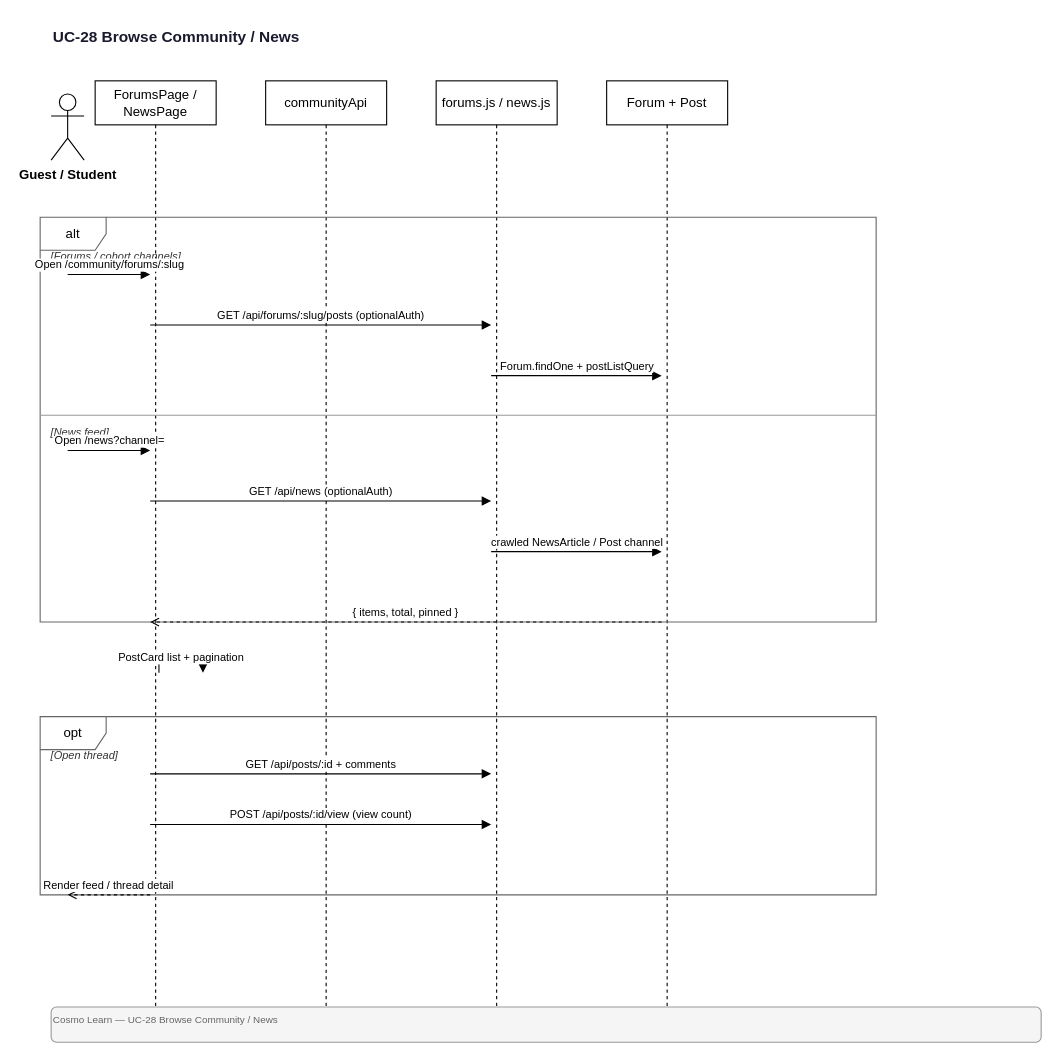
Above: docs/diagrams/sequence/UC-28-Browse-Community.drawio in quangg1/ASTRO_EDU (draw.io), before the change. Source tidied: cells renumbered, new cells numbered last; positions are measured from the earlier drawing's top-left corner, leaving out a move shared by most shapes. Both pictures are drawn from the tidied source at 110%, with x=0, y=0 at pixel (40, 19).
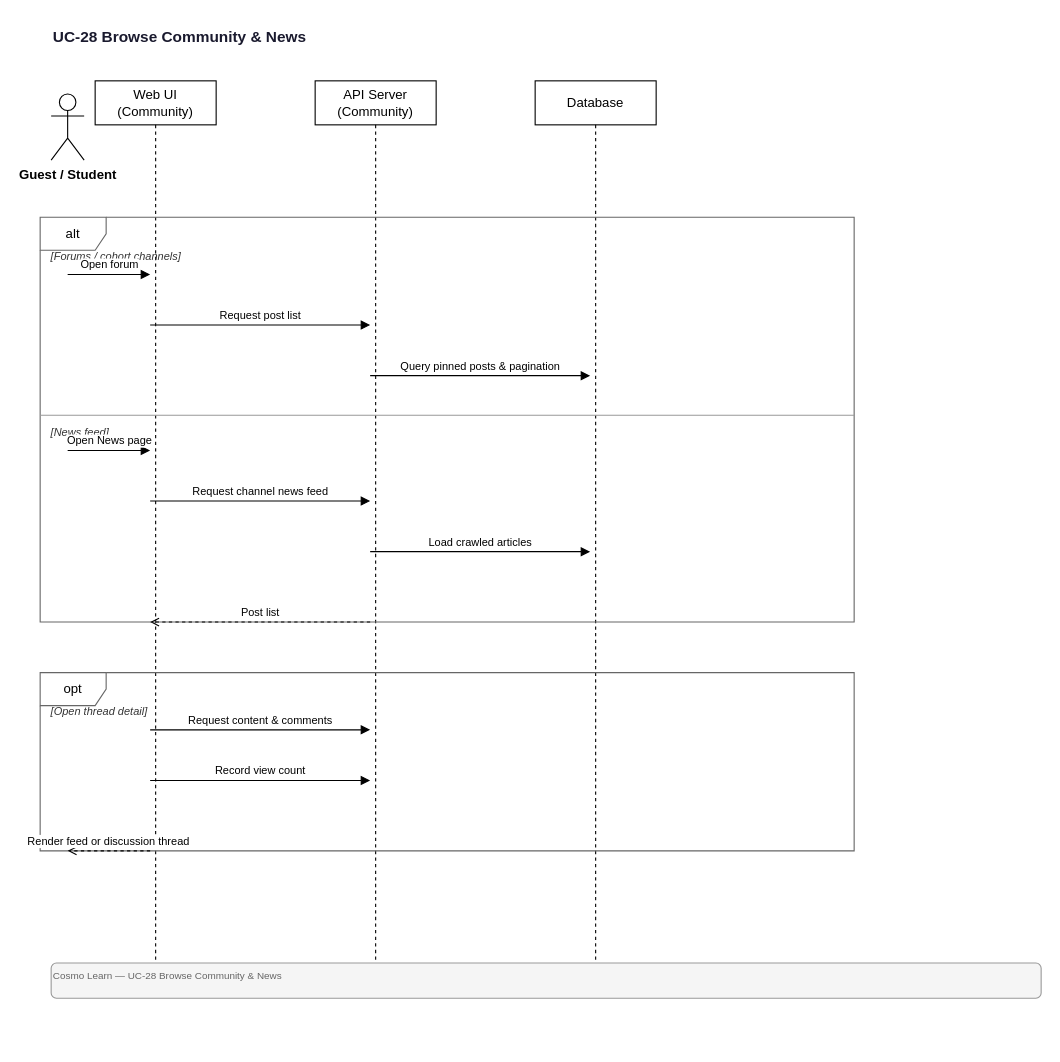
The same page after the edit.

What changed in the source:
```diff
@@
-    <mxCell id="2" value="UC-28 Browse Community / News" style="text;html=1;strokeColor=none;fillColor=none;align=left;verticalAlign=middle;fontSize=14;fontStyle=1;fontColor=#1a1a2e;" parent="1" vertex="1">
+    <mxCell id="2" value="UC-28 Browse Community &amp; News" style="text;html=1;strokeColor=none;fillColor=none;align=left;verticalAlign=middle;fontSize=14;fontStyle=1;fontColor=#1a1a2e;" parent="1" vertex="1">
       <mxGeometry x="10" width="900" height="32" as="geometry" />
     </mxCell>
@@
-    <mxCell id="4" value="ForumsPage / NewsPage" style="shape=umlLifeline;perimeter=lifelinePerimeter;whiteSpace=wrap;html=1;size=40;" parent="1" vertex="1">
-      <mxGeometry x="50" y="56" width="110" height="844" as="geometry" />
-    </mxCell>
-    <mxCell id="5" value="communityApi" style="shape=umlLifeline;perimeter=lifelinePerimeter;whiteSpace=wrap;html=1;size=40;" parent="1" vertex="1">
-      <mxGeometry x="205" y="56" width="110" height="844" as="geometry" />
-    </mxCell>
-    <mxCell id="6" value="forums.js / news.js" style="shape=umlLifeline;perimeter=lifelinePerimeter;whiteSpace=wrap;html=1;size=40;" parent="1" vertex="1">
-      <mxGeometry x="360" y="56" width="110" height="844" as="geometry" />
-    </mxCell>
+    <mxCell id="26" value="Web UI (Community)" style="shape=umlLifeline;perimeter=lifelinePerimeter;whiteSpace=wrap;html=1;size=40;" parent="1" vertex="1">
+      <mxGeometry x="50" y="56" width="110" height="804" as="geometry" />
+    </mxCell>
+    <mxCell id="27" value="API Server (Community)" style="shape=umlLifeline;perimeter=lifelinePerimeter;whiteSpace=wrap;html=1;size=40;" parent="1" vertex="1">
+      <mxGeometry x="250" y="56" width="110" height="804" as="geometry" />
+    </mxCell>
-    <mxCell id="7" value="Forum + Post" style="shape=umlLifeline;perimeter=lifelinePerimeter;whiteSpace=wrap;html=1;size=40;" parent="1" vertex="1">
-      <mxGeometry x="515" y="56" width="110" height="844" as="geometry" />
+    <mxCell id="7" value="Database" style="shape=umlLifeline;perimeter=lifelinePerimeter;whiteSpace=wrap;html=1;size=40;" parent="1" vertex="1">
+      <mxGeometry x="450" y="56" width="110" height="804" as="geometry" />
     </mxCell>
     <mxCell id="8" value="alt" style="shape=umlFrame;whiteSpace=wrap;html=1;fillColor=none;strokeColor=#666666;" parent="1" vertex="1">
-      <mxGeometry y="180" width="760" height="368" as="geometry" />
+      <mxGeometry y="180" width="740" height="368" as="geometry" />
     </mxCell>
     <mxCell id="9" value="[Forums / cohort channels]" style="text;html=1;strokeColor=none;fillColor=none;align=left;verticalAlign=middle;fontSize=10;fontStyle=2;fontColor=#333333;" parent="1" vertex="1">
-      <mxGeometry x="8" y="206" width="744" height="18" as="geometry" />
+      <mxGeometry x="8" y="206" width="724" height="18" as="geometry" />
     </mxCell>
-    <mxCell id="10" value="Open /community/forums/:slug" style="endArrow=block;endFill=1;html=1;fontSize=10;verticalAlign=bottom;" parent="1" edge="1">
+    <mxCell id="10" value="Open forum" style="endArrow=block;endFill=1;html=1;fontSize=10;verticalAlign=bottom;" parent="1" edge="1">
       <mxGeometry relative="1" as="geometry">
         <mxPoint x="25" y="232" as="sourcePoint" />
         <mxPoint x="100" y="232" as="targetPoint" />
       </mxGeometry>
     </mxCell>
-    <mxCell id="11" value="GET /api/forums/:slug/posts (optionalAuth)" style="endArrow=block;endFill=1;html=1;fontSize=10;verticalAlign=bottom;" parent="1" edge="1">
+    <mxCell id="11" value="Request post list" style="endArrow=block;endFill=1;html=1;fontSize=10;verticalAlign=bottom;" parent="1" edge="1">
       <mxGeometry relative="1" as="geometry">
         <mxPoint x="100" y="278" as="sourcePoint" />
-        <mxPoint x="410" y="278" as="targetPoint" />
+        <mxPoint x="300" y="278" as="targetPoint" />
       </mxGeometry>
     </mxCell>
-    <mxCell id="12" value="Forum.findOne + postListQuery" style="endArrow=block;endFill=1;html=1;fontSize=10;verticalAlign=bottom;" parent="1" edge="1">
+    <mxCell id="12" value="Query pinned posts &amp; pagination" style="endArrow=block;endFill=1;html=1;fontSize=10;verticalAlign=bottom;" parent="1" edge="1">
       <mxGeometry relative="1" as="geometry">
-        <mxPoint x="410" y="324" as="sourcePoint" />
-        <mxPoint x="565" y="324" as="targetPoint" />
+        <mxPoint x="300" y="324" as="sourcePoint" />
+        <mxPoint x="500" y="324" as="targetPoint" />
       </mxGeometry>
     </mxCell>
     <mxCell id="13" value="[News feed]" style="text;html=1;strokeColor=none;fillColor=none;align=left;verticalAlign=middle;fontSize=10;fontStyle=2;fontColor=#333333;" parent="1" vertex="1">
-      <mxGeometry x="8" y="366" width="744" height="18" as="geometry" />
+      <mxGeometry x="8" y="366" width="724" height="18" as="geometry" />
     </mxCell>
     <mxCell id="14" style="endArrow=none;html=1;strokeWidth=1;strokeColor=#999999;" parent="1" edge="1">
       <mxGeometry relative="1" as="geometry">
         <mxPoint y="360" as="sourcePoint" />
-        <mxPoint x="760" y="360" as="targetPoint" />
+        <mxPoint x="740" y="360" as="targetPoint" />
       </mxGeometry>
     </mxCell>
-    <mxCell id="15" value="Open /news?channel=" style="endArrow=block;endFill=1;html=1;fontSize=10;verticalAlign=bottom;" parent="1" edge="1">
+    <mxCell id="15" value="Open News page" style="endArrow=block;endFill=1;html=1;fontSize=10;verticalAlign=bottom;" parent="1" edge="1">
       <mxGeometry relative="1" as="geometry">
         <mxPoint x="25" y="392" as="sourcePoint" />
         <mxPoint x="100" y="392" as="targetPoint" />
       </mxGeometry>
     </mxCell>
-    <mxCell id="16" value="GET /api/news (optionalAuth)" style="endArrow=block;endFill=1;html=1;fontSize=10;verticalAlign=bottom;" parent="1" edge="1">
+    <mxCell id="16" value="Request channel news feed" style="endArrow=block;endFill=1;html=1;fontSize=10;verticalAlign=bottom;" parent="1" edge="1">
       <mxGeometry relative="1" as="geometry">
         <mxPoint x="100" y="438" as="sourcePoint" />
-        <mxPoint x="410" y="438" as="targetPoint" />
+        <mxPoint x="300" y="438" as="targetPoint" />
       </mxGeometry>
     </mxCell>
-    <mxCell id="17" value="crawled NewsArticle / Post channel" style="endArrow=block;endFill=1;html=1;fontSize=10;verticalAlign=bottom;" parent="1" edge="1">
+    <mxCell id="17" value="Load crawled articles" style="endArrow=block;endFill=1;html=1;fontSize=10;verticalAlign=bottom;" parent="1" edge="1">
       <mxGeometry relative="1" as="geometry">
-        <mxPoint x="410" y="484" as="sourcePoint" />
-        <mxPoint x="565" y="484" as="targetPoint" />
+        <mxPoint x="300" y="484" as="sourcePoint" />
+        <mxPoint x="500" y="484" as="targetPoint" />
       </mxGeometry>
     </mxCell>
-    <mxCell id="18" value="{ items, total, pinned }" style="endArrow=open;endFill=0;html=1;dashed=1;fontSize=10;verticalAlign=bottom;" parent="1" edge="1">
+    <mxCell id="18" value="Post list" style="endArrow=open;endFill=0;html=1;dashed=1;fontSize=10;verticalAlign=bottom;" parent="1" edge="1">
       <mxGeometry relative="1" as="geometry">
-        <mxPoint x="565" y="548" as="sourcePoint" />
+        <mxPoint x="300" y="548" as="sourcePoint" />
         <mxPoint x="100" y="548" as="targetPoint" />
       </mxGeometry>
     </mxCell>
-    <mxCell id="19" value="PostCard list + pagination" style="endArrow=block;endFill=1;html=1;fontSize=10;edgeStyle=orthogonalEdgeStyle;rounded=0;" parent="1" edge="1">
-      <mxGeometry relative="1" as="geometry">
-        <mxPoint x="108" y="594" as="sourcePoint" />
-        <mxPoint x="148" y="594" as="targetPoint" />
-        <Array as="points">
-          <mxPoint x="148" y="580" />
-          <mxPoint x="108" y="580" />
-        </Array>
-      </mxGeometry>
+    <mxCell id="19" value="opt" style="shape=umlFrame;whiteSpace=wrap;html=1;fillColor=none;strokeColor=#666666;" parent="1" vertex="1">
+      <mxGeometry y="594" width="740" height="162" as="geometry" />
     </mxCell>
-    <mxCell id="20" value="opt" style="shape=umlFrame;whiteSpace=wrap;html=1;fillColor=none;strokeColor=#666666;" parent="1" vertex="1">
-      <mxGeometry y="634" width="760" height="162" as="geometry" />
+    <mxCell id="20" value="[Open thread detail]" style="text;html=1;strokeColor=none;fillColor=none;align=left;verticalAlign=middle;fontSize=10;fontStyle=2;fontColor=#333333;" parent="1" vertex="1">
+      <mxGeometry x="8" y="620" width="724" height="18" as="geometry" />
     </mxCell>
-    <mxCell id="21" value="[Open thread]" style="text;html=1;strokeColor=none;fillColor=none;align=left;verticalAlign=middle;fontSize=10;fontStyle=2;fontColor=#333333;" parent="1" vertex="1">
-      <mxGeometry x="8" y="660" width="744" height="18" as="geometry" />
+    <mxCell id="21" value="Request content &amp; comments" style="endArrow=block;endFill=1;html=1;fontSize=10;verticalAlign=bottom;" parent="1" edge="1">
+      <mxGeometry relative="1" as="geometry">
+        <mxPoint x="100" y="646" as="sourcePoint" />
+        <mxPoint x="300" y="646" as="targetPoint" />
+      </mxGeometry>
     </mxCell>
-    <mxCell id="22" value="GET /api/posts/:id + comments" style="endArrow=block;endFill=1;html=1;fontSize=10;verticalAlign=bottom;" parent="1" edge="1">
+    <mxCell id="22" value="Record view count" style="endArrow=block;endFill=1;html=1;fontSize=10;verticalAlign=bottom;" parent="1" edge="1">
       <mxGeometry relative="1" as="geometry">
-        <mxPoint x="100" y="686" as="sourcePoint" />
-        <mxPoint x="410" y="686" as="targetPoint" />
+        <mxPoint x="100" y="692" as="sourcePoint" />
+        <mxPoint x="300" y="692" as="targetPoint" />
       </mxGeometry>
     </mxCell>
-    <mxCell id="23" value="POST /api/posts/:id/view (view count)" style="endArrow=block;endFill=1;html=1;fontSize=10;verticalAlign=bottom;" parent="1" edge="1">
+    <mxCell id="23" value="Render feed or discussion thread" style="endArrow=open;endFill=0;html=1;dashed=1;fontSize=10;verticalAlign=bottom;" parent="1" edge="1">
       <mxGeometry relative="1" as="geometry">
-        <mxPoint x="100" y="732" as="sourcePoint" />
-        <mxPoint x="410" y="732" as="targetPoint" />
+        <mxPoint x="100" y="756" as="sourcePoint" />
+        <mxPoint x="25" y="756" as="targetPoint" />
       </mxGeometry>
     </mxCell>
-    <mxCell id="24" value="Render feed / thread detail" style="endArrow=open;endFill=0;html=1;dashed=1;fontSize=10;verticalAlign=bottom;" parent="1" edge="1">
-      <mxGeometry relative="1" as="geometry">
-        <mxPoint x="100" y="796" as="sourcePoint" />
-        <mxPoint x="25" y="796" as="targetPoint" />
-      </mxGeometry>
+    <mxCell id="24" value="Cosmo Learn — UC-28 Browse Community &amp; News" style="text;html=1;strokeColor=#999;fillColor=#f5f5f5;align=left;verticalAlign=top;fontSize=9;fontColor=#666;rounded=1;" parent="1" vertex="1">
+      <mxGeometry x="10" y="858" width="900" height="32" as="geometry" />
     </mxCell>
-    <mxCell id="25" value="Cosmo Learn — UC-28 Browse Community / News" style="text;html=1;strokeColor=#999;fillColor=#f5f5f5;align=left;verticalAlign=top;fontSize=9;fontColor=#666;rounded=1;" parent="1" vertex="1">
-      <mxGeometry x="10" y="898" width="900" height="32" as="geometry" />
-    </mxCell>
```
